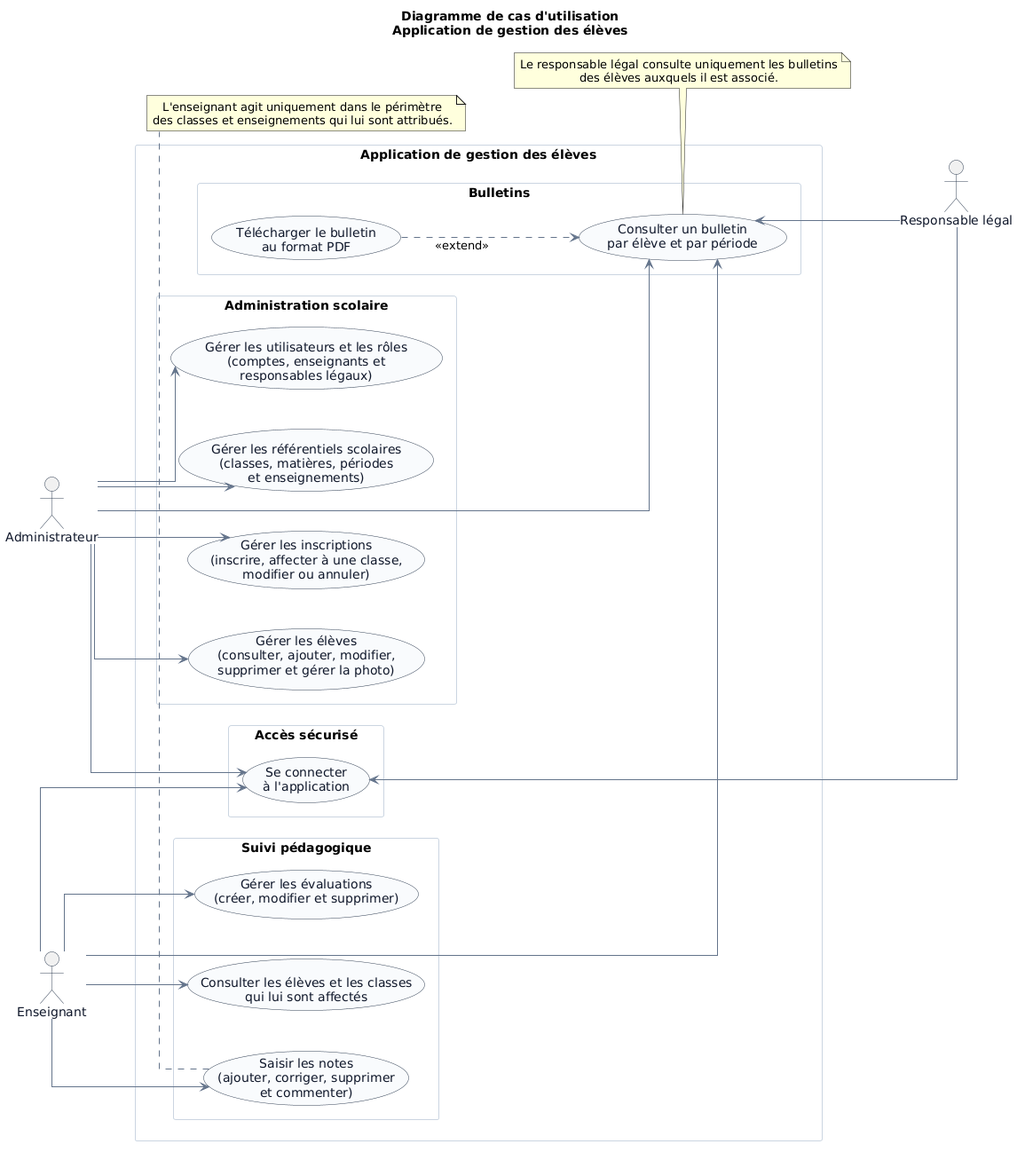
The PlantUML diagram docs/uml/cas-utilisation.png in Florian2524/gestion-eleves, before a commit. Its diagram source:
```plantuml
@startuml
title Diagramme de cas d'utilisation\nApplication de gestion des élèves

left to right direction

skinparam backgroundColor transparent
skinparam shadowing false
skinparam linetype ortho
skinparam packageStyle rectangle
skinparam nodesep 45
skinparam ranksep 55
skinparam defaultTextAlignment center

skinparam ArrowColor #64748B
skinparam ActorBorderColor #334155
skinparam ActorFontColor #0F172A

skinparam usecase {
    BackgroundColor #F8FAFC
    BorderColor #334155
    FontColor #0F172A
}

skinparam package {
    BackgroundColor #FFFFFF
    BorderColor #CBD5E1
    FontColor #0F172A
}

actor "Administrateur" as Admin
actor "Enseignant" as Enseignant

rectangle "Application de gestion des élèves" as Application {

    package "Accès sécurisé" {
        usecase "Se connecter\nà l'application" as UC_Connexion
    }

    package "Administration scolaire" {

        usecase "Gérer les élèves\n(consulter, ajouter, modifier,\nsupprimer et gérer la photo)" as UC_Eleves

        usecase "Gérer les inscriptions\n(inscrire, affecter à une classe,\nmodifier ou annuler)" as UC_Inscriptions

        usecase "Gérer les référentiels scolaires\n(classes, matières, périodes\net enseignements)" as UC_Referentiels

        usecase "Gérer les utilisateurs et les rôles\n(comptes, enseignants et\nresponsables légaux)" as UC_Utilisateurs
    }

    package "Suivi pédagogique" {

        usecase "Consulter les élèves et les classes\nqui lui sont affectés" as UC_ClassesEleves

        usecase "Gérer les évaluations\n(créer, modifier et supprimer)" as UC_Evaluations

        usecase "Saisir les notes\n(ajouter, corriger, supprimer\net commenter)" as UC_Notes
    }

    package "Bulletins" {

        usecase "Consulter un bulletin\npar élève et par période" as UC_Bulletins

        usecase "Télécharger le bulletin\nau format PDF" as UC_Pdf
    }
}

actor "Responsable légal" as Responsable

Admin --> UC_Connexion
Enseignant --> UC_Connexion
UC_Connexion <-- Responsable

Admin --> UC_Eleves
Admin --> UC_Inscriptions
Admin --> UC_Referentiels
Admin --> UC_Utilisateurs
Admin --> UC_Bulletins

Enseignant --> UC_ClassesEleves
Enseignant --> UC_Evaluations
Enseignant --> UC_Notes
Enseignant --> UC_Bulletins

UC_Bulletins <-- Responsable

UC_Pdf ..> UC_Bulletins : <<extend>>

note bottom of UC_Notes
L'enseignant agit uniquement dans le périmètre
des classes et enseignements qui lui sont attribués.
end note

note bottom of UC_Bulletins
Le responsable légal consulte uniquement les bulletins
des élèves auxquels il est associé.
end note
@enduml
```
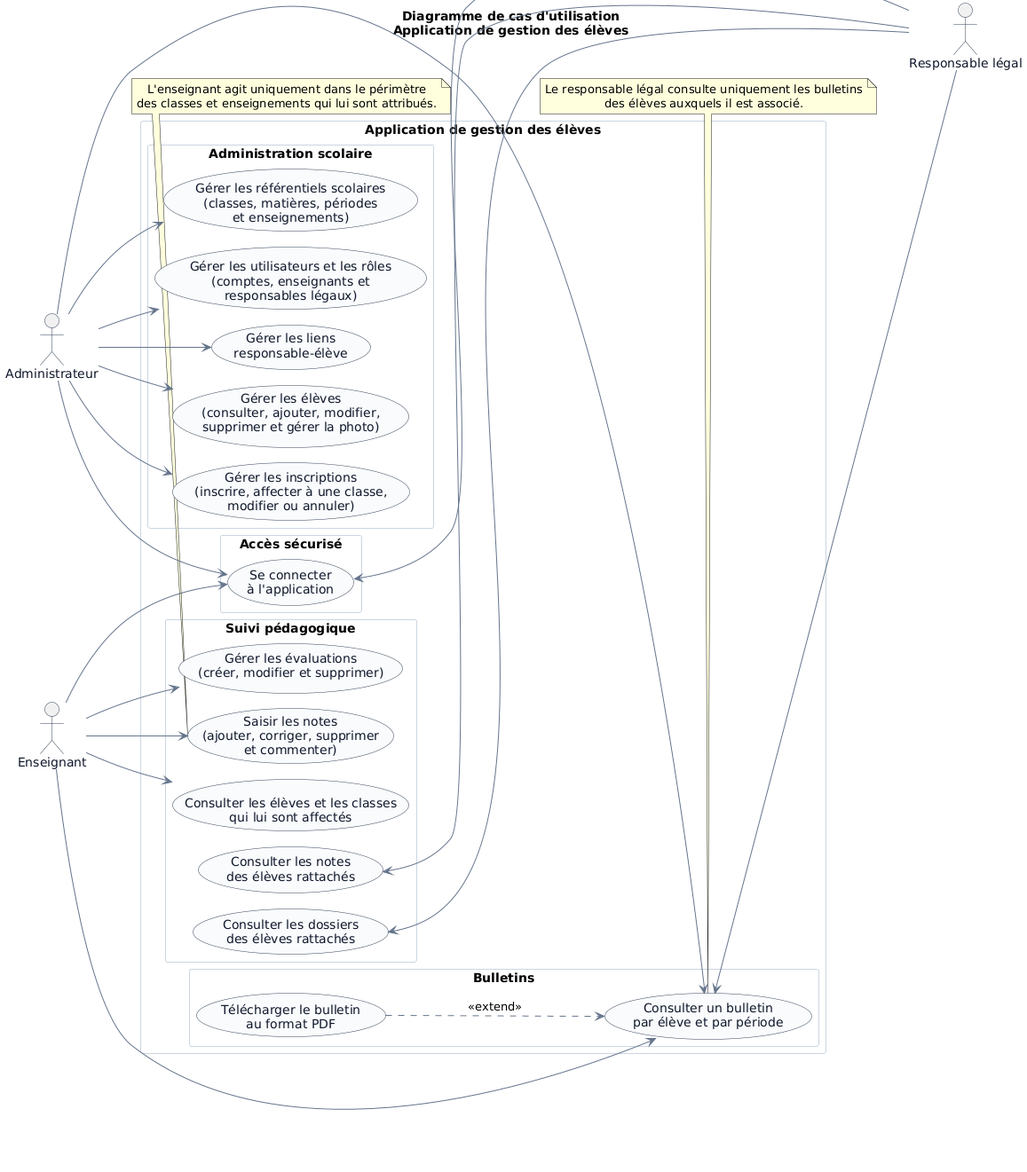
Above is the later version.

What changed in the source:
```diff
@@ -1,4 +1,5 @@
 @startuml
+!pragma layout smetana
 title Diagramme de cas d'utilisation\nApplication de gestion des élèves
 
 left to right direction
@@ -45,6 +46,7 @@
         usecase "Gérer les référentiels scolaires\n(classes, matières, périodes\net enseignements)" as UC_Referentiels
 
         usecase "Gérer les utilisateurs et les rôles\n(comptes, enseignants et\nresponsables légaux)" as UC_Utilisateurs
+        usecase "Gérer les liens\nresponsable-élève" as UC_Responsabilites
     }
 
     package "Suivi pédagogique" {
@@ -54,6 +56,8 @@
         usecase "Gérer les évaluations\n(créer, modifier et supprimer)" as UC_Evaluations
 
         usecase "Saisir les notes\n(ajouter, corriger, supprimer\net commenter)" as UC_Notes
+        usecase "Consulter les notes\ndes élèves rattachés" as UC_ConsulterNotes
+        usecase "Consulter les dossiers\ndes élèves rattachés" as UC_ConsulterEleves
     }
 
     package "Bulletins" {
@@ -74,6 +78,7 @@
 Admin --> UC_Inscriptions
 Admin --> UC_Referentiels
 Admin --> UC_Utilisateurs
+Admin --> UC_Responsabilites
 Admin --> UC_Bulletins
 
 Enseignant --> UC_ClassesEleves
@@ -82,6 +87,8 @@
 Enseignant --> UC_Bulletins
 
 UC_Bulletins <-- Responsable
+UC_ConsulterNotes <-- Responsable
+UC_ConsulterEleves <-- Responsable
 
 UC_Pdf ..> UC_Bulletins : <<extend>>
 
```
